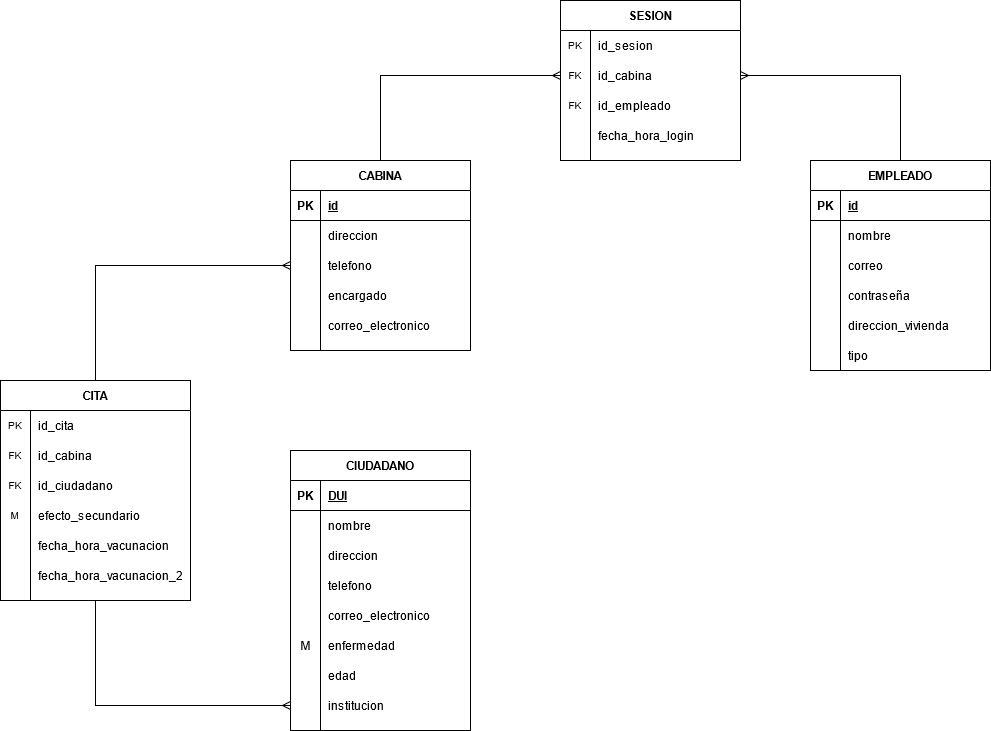
This is Bases_de_datos/Diagrama R.png from UCASV/proyecto-final-grupo12, a draw.io export, as it was before one commit. Source tidied: cells renumbered, new cells last; positions are measured from the earlier drawing's top-left corner, leaving out a move shared by most shapes.
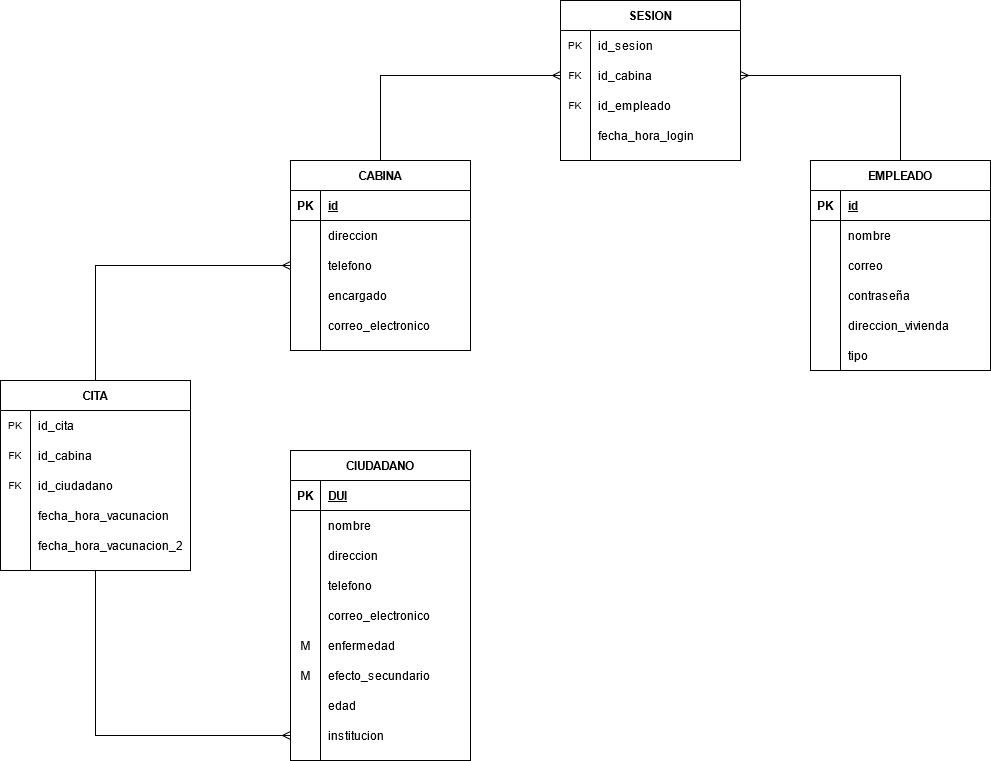
After the change.

Diff of the diagram source:
```diff
@@ -114,7 +114,7 @@
       <mxGeometry x="30" width="150" height="30" as="geometry" />
     </mxCell>
     <mxCell id="39" value="CIUDADANO" style="shape=table;startSize=30;rowLines=0;fontStyle=1;align=center;" parent="1" vertex="1">
-      <mxGeometry x="290" y="450" width="180" height="280" as="geometry" />
+      <mxGeometry x="290" y="450" width="180" height="310" as="geometry" />
     </mxCell>
     <mxCell id="40" style="shape=partialRectangle;fillColor=none;top=0;left=0;bottom=1;right=0;" parent="39" vertex="1">
       <mxGeometry y="30" width="180" height="30" as="geometry" />
@@ -170,8 +170,17 @@
     <mxCell id="57" value="enfermedad" style="shape=partialRectangle;fillColor=none;top=0;left=0;bottom=0;right=0;align=left;spacingLeft=6;overflow=hidden;" parent="55" vertex="1">
       <mxGeometry x="30" width="150" height="30" as="geometry" />
     </mxCell>
+    <mxCell id="98" style="shape=partialRectangle;fillColor=none;top=0;left=0;bottom=0;right=0;" parent="39" vertex="1">
+      <mxGeometry y="210" width="180" height="30" as="geometry" />
+    </mxCell>
+    <mxCell id="77" value="M" style="shape=partialRectangle;fillColor=none;top=0;left=0;bottom=0;right=0;overflow=hidden;" parent="98" vertex="1">
+      <mxGeometry width="30" height="30" as="geometry" />
+    </mxCell>
+    <mxCell id="78" value="efecto_secundario" style="shape=partialRectangle;fillColor=none;top=0;left=0;bottom=0;right=0;align=left;spacingLeft=6;overflow=hidden;" parent="98" vertex="1">
+      <mxGeometry x="30" width="150" height="30" as="geometry" />
+    </mxCell>
     <mxCell id="58" style="shape=partialRectangle;fillColor=none;top=0;left=0;bottom=0;right=0;" parent="39" vertex="1">
-      <mxGeometry y="210" width="180" height="30" as="geometry" />
+      <mxGeometry y="240" width="180" height="30" as="geometry" />
     </mxCell>
     <mxCell id="59" style="shape=partialRectangle;fillColor=none;top=0;left=0;bottom=0;right=0;overflow=hidden;" parent="58" vertex="1">
       <mxGeometry width="30" height="30" as="geometry" />
@@ -180,7 +189,7 @@
       <mxGeometry x="30" width="150" height="30" as="geometry" />
     </mxCell>
     <mxCell id="61" style="shape=partialRectangle;fillColor=none;top=0;left=0;bottom=0;right=0;points=[[0,0.5],[1,0.5]];portConstraint=eastwest;" parent="39" vertex="1">
-      <mxGeometry y="240" width="180" height="30" as="geometry" />
+      <mxGeometry y="270" width="180" height="30" as="geometry" />
     </mxCell>
     <mxCell id="62" style="shape=partialRectangle;fillColor=none;top=0;left=0;bottom=0;right=0;overflow=hidden;" parent="61" vertex="1">
       <mxGeometry width="30" height="30" as="geometry" />
@@ -195,7 +204,7 @@
       <mxGeometry relative="1" as="geometry" />
     </mxCell>
     <mxCell id="66" value="CITA" style="shape=table;startSize=30;rowLines=0;fontStyle=1;align=center;fontSize=12;" parent="1" vertex="1">
-      <mxGeometry y="380" width="190" height="220" as="geometry" />
+      <mxGeometry y="380" width="190" height="190" as="geometry" />
     </mxCell>
     <mxCell id="67" style="shape=partialRectangle;fillColor=none;top=0;left=0;bottom=0;right=0;" parent="66" vertex="1">
       <mxGeometry y="30" width="190" height="30" as="geometry" />
@@ -224,17 +233,8 @@
     <mxCell id="75" value="id_ciudadano" style="shape=partialRectangle;fillColor=none;top=0;left=0;bottom=0;right=0;align=left;spacingLeft=6;overflow=hidden;" parent="73" vertex="1">
       <mxGeometry x="30" width="160" height="30" as="geometry" />
     </mxCell>
-    <mxCell id="76" style="shape=partialRectangle;fillColor=none;top=0;left=0;bottom=0;right=0;" parent="66" vertex="1">
-      <mxGeometry y="120" width="190" height="30" as="geometry" />
-    </mxCell>
-    <mxCell id="77" value="M" style="shape=partialRectangle;fillColor=none;top=0;left=0;bottom=0;right=0;overflow=hidden;fontSize=10;" parent="76" vertex="1">
-      <mxGeometry width="30" height="30" as="geometry" />
-    </mxCell>
-    <mxCell id="78" value="efecto_secundario" style="shape=partialRectangle;fillColor=none;top=0;left=0;bottom=0;right=0;align=left;spacingLeft=6;overflow=hidden;" parent="76" vertex="1">
-      <mxGeometry x="30" width="160" height="30" as="geometry" />
-    </mxCell>
     <mxCell id="79" style="shape=partialRectangle;fillColor=none;top=0;left=0;bottom=0;right=0;" parent="66" vertex="1">
-      <mxGeometry y="150" width="190" height="30" as="geometry" />
+      <mxGeometry y="120" width="190" height="30" as="geometry" />
     </mxCell>
     <mxCell id="80" style="shape=partialRectangle;fillColor=none;top=0;left=0;bottom=0;right=0;overflow=hidden;fontSize=10;" parent="79" vertex="1">
       <mxGeometry width="30" height="30" as="geometry" />
@@ -243,7 +243,7 @@
       <mxGeometry x="30" width="160" height="30" as="geometry" />
     </mxCell>
     <mxCell id="82" style="shape=partialRectangle;fillColor=none;top=0;left=0;bottom=0;right=0;" parent="66" vertex="1">
-      <mxGeometry y="180" width="190" height="30" as="geometry" />
+      <mxGeometry y="150" width="190" height="30" as="geometry" />
     </mxCell>
     <mxCell id="83" style="shape=partialRectangle;fillColor=none;top=0;left=0;bottom=0;right=0;overflow=hidden;fontSize=10;" parent="82" vertex="1">
       <mxGeometry width="30" height="30" as="geometry" />
```
